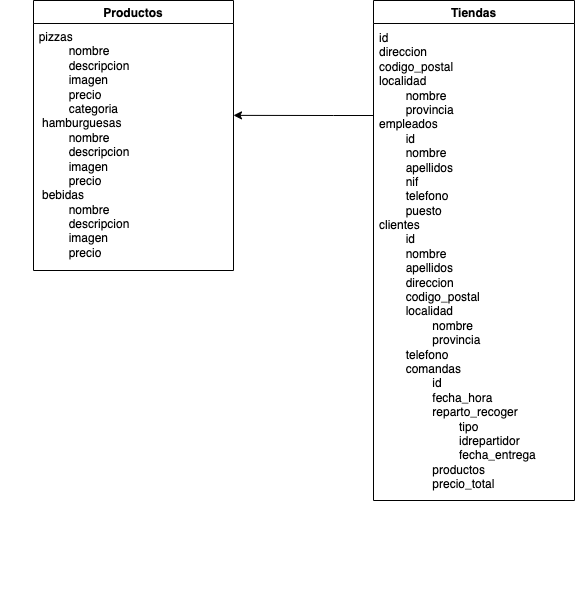
eliashz/Sprint2-BasesDeDatos keeps this draw.io diagram as mongoDB-estructura/Nivell1/pizzeria_diagrama.png. Above is the earlier version. Source tidied: cells renumbered, new cells last; positions are measured from the earlier drawing's top-left corner, leaving out a move shared by most shapes.
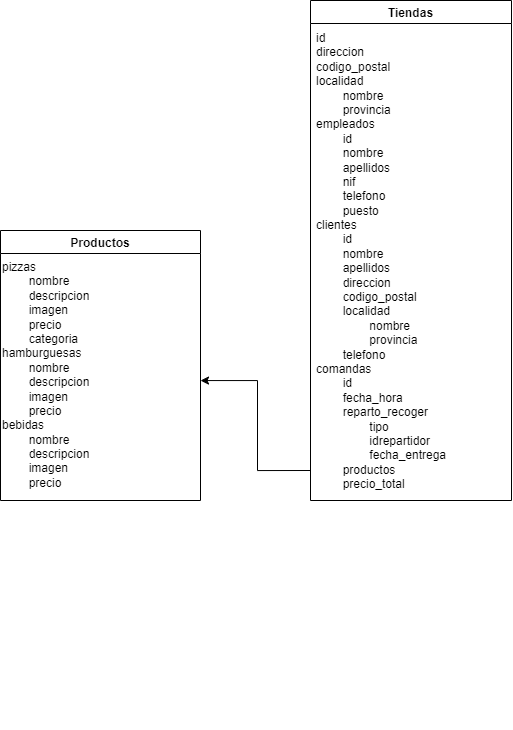
After the change.

Commit message:
pizza diagrama ok

Diff of the diagram source:
```diff
@@ -3,25 +3,25 @@
     <mxCell id="0" />
     <mxCell id="1" parent="0" />
     <mxCell id="2" value="Productos" style="swimlane;" parent="1" vertex="1">
-      <mxGeometry x="33" width="200" height="270" as="geometry" />
+      <mxGeometry x="63" y="230" width="200" height="270" as="geometry" />
     </mxCell>
-    <mxCell id="3" value="&lt;span style=&quot;background-color: initial;&quot;&gt;&lt;span style=&quot;white-space: pre;&quot;&gt;&#9;&lt;/span&gt;&amp;nbsp; &amp;nbsp;pizzas&lt;/span&gt;&lt;span style=&quot;background-color: initial;&quot;&gt;&lt;br&gt;&lt;/span&gt;&lt;blockquote style=&quot;margin: 0 0 0 40px; border: none; padding: 0px;&quot;&gt;&lt;span style=&quot;white-space: pre;&quot;&gt;&#9;n&lt;/span&gt;ombre&lt;/blockquote&gt;&lt;blockquote style=&quot;margin: 0 0 0 40px; border: none; padding: 0px;&quot;&gt;&lt;span style=&quot;white-space: pre;&quot;&gt;&#9;&lt;/span&gt;descripcion&lt;br&gt;&lt;/blockquote&gt;&lt;blockquote style=&quot;margin: 0 0 0 40px; border: none; padding: 0px;&quot;&gt;&lt;span style=&quot;white-space: pre;&quot;&gt;&#9;&lt;/span&gt;imagen&lt;/blockquote&gt;&lt;blockquote style=&quot;margin: 0 0 0 40px; border: none; padding: 0px;&quot;&gt;&lt;span style=&quot;background-color: initial; white-space: pre;&quot;&gt;&#9;&lt;/span&gt;&lt;span style=&quot;background-color: initial;&quot;&gt;precio&lt;/span&gt;&lt;/blockquote&gt;&lt;blockquote style=&quot;margin: 0 0 0 40px; border: none; padding: 0px;&quot;&gt;&lt;span style=&quot;white-space: pre;&quot;&gt;&#9;&lt;/span&gt;categoria&lt;br&gt;&lt;/blockquote&gt;&lt;blockquote style=&quot;margin: 0 0 0 40px; border: none; padding: 0px;&quot;&gt;hamburguesas&lt;/blockquote&gt;&lt;blockquote style=&quot;margin: 0 0 0 40px; border: none; padding: 0px;&quot;&gt;&lt;span style=&quot;white-space: pre;&quot;&gt;&#9;&lt;/span&gt;nombre&lt;br&gt;&lt;/blockquote&gt;&lt;blockquote style=&quot;margin: 0 0 0 40px; border: none; padding: 0px;&quot;&gt;&lt;span style=&quot;white-space: pre;&quot;&gt;&#9;&lt;/span&gt;descripcion&lt;br&gt;&lt;/blockquote&gt;&lt;blockquote style=&quot;margin: 0 0 0 40px; border: none; padding: 0px;&quot;&gt;&lt;span style=&quot;white-space: pre;&quot;&gt;&#9;&lt;/span&gt;imagen&lt;br&gt;&lt;/blockquote&gt;&lt;blockquote style=&quot;margin: 0 0 0 40px; border: none; padding: 0px;&quot;&gt;&lt;span style=&quot;white-space: pre;&quot;&gt;&#9;&lt;/span&gt;precio&lt;br&gt;&lt;/blockquote&gt;&lt;blockquote style=&quot;margin: 0 0 0 40px; border: none; padding: 0px;&quot;&gt;bebidas&lt;/blockquote&gt;&lt;blockquote style=&quot;margin: 0 0 0 40px; border: none; padding: 0px;&quot;&gt;&lt;span style=&quot;white-space: pre;&quot;&gt;&#9;&lt;/span&gt;nombre&lt;/blockquote&gt;&lt;blockquote style=&quot;margin: 0 0 0 40px; border: none; padding: 0px;&quot;&gt;&lt;span style=&quot;white-space: pre;&quot;&gt;&#9;&lt;/span&gt;descripcion&lt;/blockquote&gt;&lt;blockquote style=&quot;margin: 0 0 0 40px; border: none; padding: 0px;&quot;&gt;&lt;span style=&quot;white-space: pre;&quot;&gt;&#9;&lt;/span&gt;imagen&lt;/blockquote&gt;&lt;blockquote style=&quot;margin: 0 0 0 40px; border: none; padding: 0px;&quot;&gt;&lt;span style=&quot;white-space: pre;&quot;&gt;&#9;&lt;/span&gt;precio&lt;br&gt;&lt;br&gt;&lt;/blockquote&gt;&lt;span style=&quot;white-space: pre;&quot;&gt;&lt;span style=&quot;white-space: pre;&quot;&gt;&#9;&lt;/span&gt;&#9;&lt;/span&gt;&lt;span style=&quot;white-space: pre;&quot;&gt;&#9;&lt;/span&gt;&lt;br&gt;&lt;span style=&quot;white-space: pre;&quot;&gt;&#9;&lt;/span&gt;&lt;br&gt;&lt;span style=&quot;white-space: pre;&quot;&gt;&#9;&lt;/span&gt;" style="text;html=1;strokeColor=none;fillColor=none;align=left;verticalAlign=top;whiteSpace=wrap;rounded=0;" parent="2" vertex="1">
-      <mxGeometry x="-33" y="23" width="200" height="476" as="geometry" />
+    <mxCell id="3" value="&lt;span style=&quot;background-color: initial;&quot;&gt;pizzas&lt;br&gt;&lt;/span&gt;&lt;span style=&quot;background-color: initial; white-space: pre;&quot;&gt;&lt;span style=&quot;white-space: pre;&quot;&gt;&#9;&lt;/span&gt;n&lt;/span&gt;&lt;span style=&quot;background-color: initial;&quot;&gt;ombre&lt;br&gt;&lt;/span&gt;&lt;span style=&quot;background-color: initial;&quot;&gt;&lt;span style=&quot;white-space: pre;&quot;&gt;&#9;&lt;/span&gt;descripcion&lt;br&gt;&lt;/span&gt;&lt;span style=&quot;background-color: initial;&quot;&gt;&lt;span style=&quot;white-space: pre;&quot;&gt;&#9;&lt;/span&gt;imagen&lt;br&gt;&lt;/span&gt;&lt;span style=&quot;background-color: initial;&quot;&gt;&lt;span style=&quot;white-space: pre;&quot;&gt;&#9;&lt;/span&gt;precio&lt;br&gt;&lt;/span&gt;&lt;span style=&quot;background-color: initial;&quot;&gt;&lt;span style=&quot;white-space: pre;&quot;&gt;&#9;&lt;/span&gt;categoria&lt;br&gt;&lt;/span&gt;&lt;span style=&quot;background-color: initial;&quot;&gt;hamburguesas&lt;br&gt;&lt;/span&gt;&lt;span style=&quot;background-color: initial;&quot;&gt;&lt;span style=&quot;white-space: pre;&quot;&gt;&#9;&lt;/span&gt;nombre&lt;br&gt;&lt;/span&gt;&lt;span style=&quot;background-color: initial;&quot;&gt;&lt;span style=&quot;white-space: pre;&quot;&gt;&#9;&lt;/span&gt;descripcion&lt;br&gt;&lt;/span&gt;&lt;span style=&quot;background-color: initial;&quot;&gt;&lt;span style=&quot;white-space: pre;&quot;&gt;&#9;&lt;/span&gt;imagen&lt;br&gt;&lt;/span&gt;&lt;span style=&quot;background-color: initial;&quot;&gt;&lt;span style=&quot;white-space: pre;&quot;&gt;&#9;&lt;/span&gt;precio&lt;br&gt;&lt;/span&gt;&lt;span style=&quot;background-color: initial;&quot;&gt;bebidas&lt;br&gt;&lt;/span&gt;&lt;span style=&quot;background-color: initial;&quot;&gt;&lt;span style=&quot;white-space: pre;&quot;&gt;&#9;&lt;/span&gt;nombre&lt;br&gt;&lt;/span&gt;&lt;span style=&quot;background-color: initial;&quot;&gt;&lt;span style=&quot;white-space: pre;&quot;&gt;&#9;&lt;/span&gt;descripcion&lt;br&gt;&lt;/span&gt;&lt;span style=&quot;background-color: initial;&quot;&gt;&lt;span style=&quot;white-space: pre;&quot;&gt;&#9;&lt;/span&gt;imagen&lt;br&gt;&lt;/span&gt;&lt;span style=&quot;background-color: initial;&quot;&gt;&lt;span style=&quot;white-space: pre;&quot;&gt;&#9;&lt;/span&gt;precio&lt;/span&gt;&lt;span style=&quot;background-color: initial;&quot;&gt;&lt;br&gt;&lt;/span&gt;&lt;blockquote style=&quot;margin: 0 0 0 40px; border: none; padding: 0px;&quot;&gt;&lt;br&gt;&lt;/blockquote&gt;&lt;span style=&quot;white-space: pre;&quot;&gt;&lt;span style=&quot;white-space: pre;&quot;&gt; &lt;/span&gt; &lt;/span&gt;&lt;span style=&quot;white-space: pre;&quot;&gt; &lt;/span&gt;&lt;br&gt;&lt;span style=&quot;white-space: pre;&quot;&gt; &lt;/span&gt;&lt;br&gt;&lt;span style=&quot;white-space: pre;&quot;&gt; &lt;/span&gt;" style="text;html=1;strokeColor=none;fillColor=none;align=left;verticalAlign=top;whiteSpace=wrap;rounded=0;" parent="2" vertex="1">
+      <mxGeometry y="23" width="200" height="476" as="geometry" />
     </mxCell>
-    <mxCell id="4" style="edgeStyle=orthogonalEdgeStyle;rounded=0;jettySize=auto;html=1;entryX=1;entryY=0.193;entryDx=0;entryDy=0;entryPerimeter=0;" parent="1" edge="1" source="5">
-      <mxGeometry relative="1" as="geometry">
-        <mxPoint x="233" y="114.9" as="targetPoint" />
-        <Array as="points">
-          <mxPoint x="333" y="115" />
-          <mxPoint x="333" y="115" />
-        </Array>
-      </mxGeometry>
-    </mxCell>
     <mxCell id="5" value="Tiendas" style="swimlane;" parent="1" vertex="1">
       <mxGeometry x="373" width="201" height="500" as="geometry" />
     </mxCell>
-    <mxCell id="6" value="id&lt;br&gt;direccion&lt;br&gt;codigo_postal&lt;br&gt;localidad&lt;br&gt;&lt;span style=&quot;white-space: pre;&quot;&gt;&#9;&lt;/span&gt;nombre&lt;br&gt;&lt;span style=&quot;white-space: pre;&quot;&gt;&#9;&lt;/span&gt;provincia&lt;br&gt;empleados&lt;br&gt;&lt;span style=&quot;white-space: pre;&quot;&gt;&#9;&lt;/span&gt;id&lt;br&gt;&lt;span style=&quot;white-space: pre;&quot;&gt;&#9;&lt;/span&gt;nombre&lt;br&gt;&lt;span style=&quot;white-space: pre;&quot;&gt;&#9;&lt;/span&gt;apellidos&lt;br&gt;&lt;span style=&quot;white-space: pre;&quot;&gt;&#9;&lt;/span&gt;nif&lt;br&gt;&lt;span style=&quot;white-space: pre;&quot;&gt;&#9;&lt;/span&gt;telefono&lt;br&gt;&lt;span style=&quot;white-space: pre;&quot;&gt;&#9;&lt;/span&gt;puesto&lt;br&gt;clientes&lt;br&gt;&lt;span style=&quot;white-space: pre;&quot;&gt;&#9;&lt;/span&gt;id&lt;br&gt;&lt;span style=&quot;white-space: pre;&quot;&gt;&#9;&lt;/span&gt;nombre&lt;br&gt;&lt;span style=&quot;white-space: pre;&quot;&gt;&#9;&lt;/span&gt;apellidos&lt;br&gt;&lt;span style=&quot;white-space: pre;&quot;&gt;&#9;&lt;/span&gt;direccion&lt;br&gt;&lt;span style=&quot;white-space: pre;&quot;&gt;&#9;&lt;/span&gt;codigo_postal&lt;br&gt;&lt;span style=&quot;white-space: pre;&quot;&gt;&#9;&lt;/span&gt;localidad&lt;br&gt;&lt;span style=&quot;white-space: pre;&quot;&gt;&#9;&lt;span style=&quot;white-space: pre;&quot;&gt;&#9;&lt;/span&gt;&lt;/span&gt;nombre&lt;br&gt;&lt;span style=&quot;white-space: pre;&quot;&gt;&#9;&lt;span style=&quot;white-space: pre;&quot;&gt;&#9;&lt;/span&gt;p&lt;/span&gt;rovincia&lt;br&gt;&lt;span style=&quot;white-space: pre;&quot;&gt;&#9;&lt;/span&gt;telefono&lt;br&gt;&lt;span style=&quot;white-space: pre;&quot;&gt;&#9;&lt;/span&gt;comandas&lt;br&gt;&lt;span style=&quot;white-space: pre;&quot;&gt;&#9;&lt;span style=&quot;white-space: pre;&quot;&gt;&#9;&lt;/span&gt;&lt;/span&gt;id&lt;br&gt;&lt;span style=&quot;white-space: pre;&quot;&gt;&#9;&lt;span style=&quot;white-space: pre;&quot;&gt;&#9;&lt;/span&gt;f&lt;/span&gt;echa_hora&lt;br&gt;&lt;span style=&quot;white-space: pre;&quot;&gt;&#9;&lt;/span&gt;&lt;span style=&quot;white-space: pre;&quot;&gt;&#9;&lt;/span&gt;reparto_recoger&lt;br&gt;&lt;span style=&quot;white-space: pre;&quot;&gt;&#9;&lt;/span&gt;&lt;span style=&quot;white-space: pre;&quot;&gt;&#9;&lt;/span&gt;&lt;span style=&quot;white-space: pre;&quot;&gt;&#9;&lt;/span&gt;tipo&lt;span style=&quot;white-space: pre;&quot;&gt;&#9;&lt;/span&gt;&lt;br&gt;&lt;span style=&quot;white-space: pre;&quot;&gt;&#9;&lt;/span&gt;&lt;span style=&quot;white-space: pre;&quot;&gt;&#9;&lt;/span&gt;&lt;span style=&quot;white-space: pre;&quot;&gt;&#9;&lt;/span&gt;idrepartidor&lt;br&gt;&lt;span style=&quot;white-space: pre;&quot;&gt;&#9;&lt;span style=&quot;white-space: pre;&quot;&gt;&#9;&lt;/span&gt;&lt;span style=&quot;white-space: pre;&quot;&gt;&#9;&lt;/span&gt;f&lt;/span&gt;echa_entrega&lt;br&gt;&lt;span style=&quot;white-space: pre;&quot;&gt;&#9;&lt;/span&gt;&lt;span style=&quot;white-space: pre;&quot;&gt;&#9;&lt;/span&gt;productos&lt;br&gt;&lt;span style=&quot;white-space: pre;&quot;&gt;&#9;&lt;/span&gt;&lt;span style=&quot;white-space: pre;&quot;&gt;&#9;&lt;/span&gt;precio_total" style="text;html=1;strokeColor=none;fillColor=none;align=left;verticalAlign=top;whiteSpace=wrap;rounded=0;" parent="5" vertex="1">
+    <mxCell id="6" value="id&lt;br&gt;direccion&lt;br&gt;codigo_postal&lt;br&gt;localidad&lt;br&gt;&lt;span style=&quot;white-space: pre;&quot;&gt;&#9;&lt;/span&gt;nombre&lt;br&gt;&lt;span style=&quot;white-space: pre;&quot;&gt;&#9;&lt;/span&gt;provincia&lt;br&gt;empleados&lt;br&gt;&lt;span style=&quot;white-space: pre;&quot;&gt;&#9;&lt;/span&gt;id&lt;br&gt;&lt;span style=&quot;white-space: pre;&quot;&gt;&#9;&lt;/span&gt;nombre&lt;br&gt;&lt;span style=&quot;white-space: pre;&quot;&gt;&#9;&lt;/span&gt;apellidos&lt;br&gt;&lt;span style=&quot;white-space: pre;&quot;&gt; &lt;span style=&quot;white-space: pre;&quot;&gt;&#9;&lt;/span&gt;&lt;/span&gt;nif&lt;br&gt;&lt;span style=&quot;white-space: pre;&quot;&gt;&#9;&lt;/span&gt;telefono&lt;br&gt;&lt;span style=&quot;white-space: pre;&quot;&gt;&#9;&lt;/span&gt;puesto&lt;br&gt;clientes&lt;br&gt;&lt;span style=&quot;white-space: pre;&quot;&gt;&#9;&lt;/span&gt;id&lt;br&gt;&lt;span style=&quot;white-space: pre;&quot;&gt; &lt;span style=&quot;white-space: pre;&quot;&gt;&#9;&lt;/span&gt;&lt;/span&gt;nombre&lt;br&gt;&lt;span style=&quot;white-space: pre;&quot;&gt; &lt;span style=&quot;white-space: pre;&quot;&gt;&#9;&lt;/span&gt;&lt;/span&gt;apellidos&lt;br&gt;&lt;span style=&quot;white-space: pre;&quot;&gt; &lt;span style=&quot;white-space: pre;&quot;&gt;&#9;&lt;/span&gt;&lt;/span&gt;direccion&lt;br&gt;&lt;span style=&quot;white-space: pre;&quot;&gt; &lt;span style=&quot;white-space: pre;&quot;&gt;&#9;&lt;/span&gt;&lt;/span&gt;codigo_postal&lt;br&gt;&lt;span style=&quot;white-space: pre;&quot;&gt; &lt;span style=&quot;white-space: pre;&quot;&gt;&#9;&lt;/span&gt;&lt;/span&gt;localidad&lt;br&gt;&lt;span style=&quot;white-space: pre;&quot;&gt; &lt;span style=&quot;white-space: pre;&quot;&gt; &lt;span style=&quot;white-space: pre;&quot;&gt;&#9;&lt;span style=&quot;white-space: pre;&quot;&gt;&#9;&lt;/span&gt;&lt;/span&gt;&lt;/span&gt;&lt;/span&gt;nombre&lt;br&gt;&lt;span style=&quot;white-space: pre;&quot;&gt; &lt;span style=&quot;white-space: pre;&quot;&gt; &lt;span style=&quot;white-space: pre;&quot;&gt;&#9;&lt;span style=&quot;white-space: pre;&quot;&gt;&#9;&lt;/span&gt;&lt;/span&gt;&lt;/span&gt;p&lt;/span&gt;rovincia&lt;br&gt;&lt;span style=&quot;white-space: pre;&quot;&gt; &lt;span style=&quot;white-space: pre;&quot;&gt;&#9;&lt;/span&gt;&lt;/span&gt;telefono&lt;br&gt;comandas&lt;br&gt;&lt;span style=&quot;white-space: pre;&quot;&gt; &lt;span style=&quot;white-space: pre;&quot;&gt;&#9;&lt;/span&gt;&lt;/span&gt;id&lt;br&gt;&lt;span style=&quot;white-space: pre;&quot;&gt; &lt;span style=&quot;white-space: pre;&quot;&gt;&#9;&lt;/span&gt;f&lt;/span&gt;echa_hora&lt;br&gt;&lt;span style=&quot;white-space: pre;&quot;&gt; &lt;span style=&quot;white-space: pre;&quot;&gt;&#9;&lt;/span&gt;&lt;/span&gt;reparto_recoger&lt;br&gt;&lt;span style=&quot;white-space: pre;&quot;&gt; &lt;/span&gt;&lt;span style=&quot;white-space: pre;&quot;&gt; &lt;/span&gt;&lt;span style=&quot;white-space: pre;&quot;&gt; &lt;span style=&quot;white-space: pre;&quot;&gt;&#9;&lt;/span&gt;&lt;span style=&quot;white-space: pre;&quot;&gt;&#9;&lt;/span&gt;&lt;/span&gt;tipo&lt;span style=&quot;white-space: pre;&quot;&gt; &lt;/span&gt;&lt;br&gt;&lt;span style=&quot;white-space: pre;&quot;&gt; &lt;/span&gt;&lt;span style=&quot;white-space: pre;&quot;&gt; &lt;/span&gt;&lt;span style=&quot;white-space: pre;&quot;&gt; &lt;span style=&quot;white-space: pre;&quot;&gt;&#9;&lt;/span&gt;&lt;span style=&quot;white-space: pre;&quot;&gt;&#9;&lt;/span&gt;&lt;/span&gt;idrepartidor&lt;br&gt;&lt;span style=&quot;white-space: pre;&quot;&gt; &lt;span style=&quot;white-space: pre;&quot;&gt; &lt;/span&gt;&lt;span style=&quot;white-space: pre;&quot;&gt; &lt;span style=&quot;white-space: pre;&quot;&gt;&#9;&lt;/span&gt;&lt;span style=&quot;white-space: pre;&quot;&gt;&#9;&lt;/span&gt;&lt;/span&gt;f&lt;/span&gt;echa_entrega&lt;br&gt;&lt;span style=&quot;white-space: pre;&quot;&gt;&#9;&lt;/span&gt;productos&lt;br&gt;&lt;span style=&quot;white-space: pre;&quot;&gt; &lt;span style=&quot;white-space: pre;&quot;&gt;&#9;&lt;/span&gt;&lt;/span&gt;precio_total" style="text;html=1;strokeColor=none;fillColor=none;align=left;verticalAlign=top;whiteSpace=wrap;rounded=0;" parent="5" vertex="1">
       <mxGeometry x="4" y="24" width="196" height="566" as="geometry" />
     </mxCell>
+    <mxCell id="7" style="edgeStyle=orthogonalEdgeStyle;rounded=0;jettySize=auto;html=1;" parent="1" edge="1" target="3">
+      <mxGeometry relative="1" as="geometry">
+        <mxPoint x="373" y="470" as="sourcePoint" />
+        <Array as="points">
+          <mxPoint x="320" y="470" />
+          <mxPoint x="320" y="380" />
+        </Array>
+      </mxGeometry>
+    </mxCell>
   </root>
 </mxGraphModel>
```
